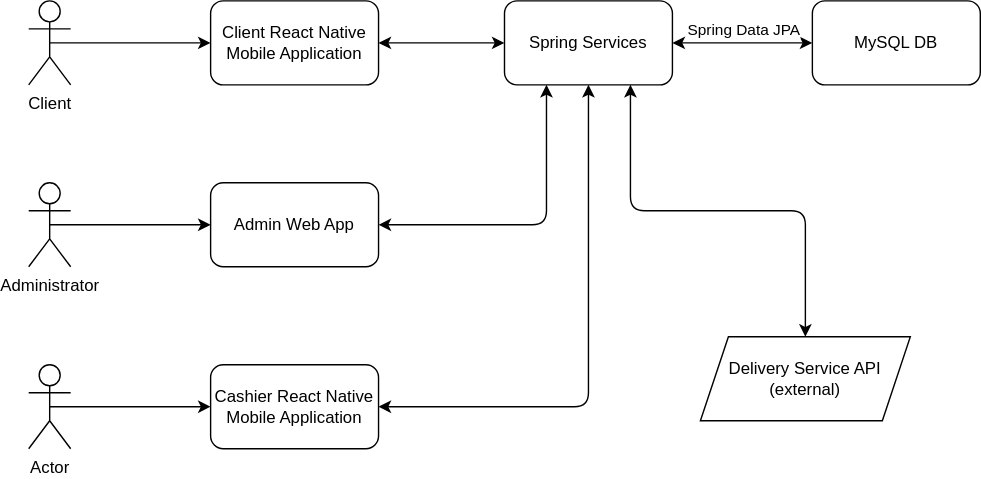
Before: doc/arhitectura-sistem.svg, a diagram exported from draw.io (macovei-alex/PizzeriaQRoman). Source tidied: cells renumbered, new cells last; positions are measured from the earlier drawing's top-left corner, leaving out a move shared by most shapes.
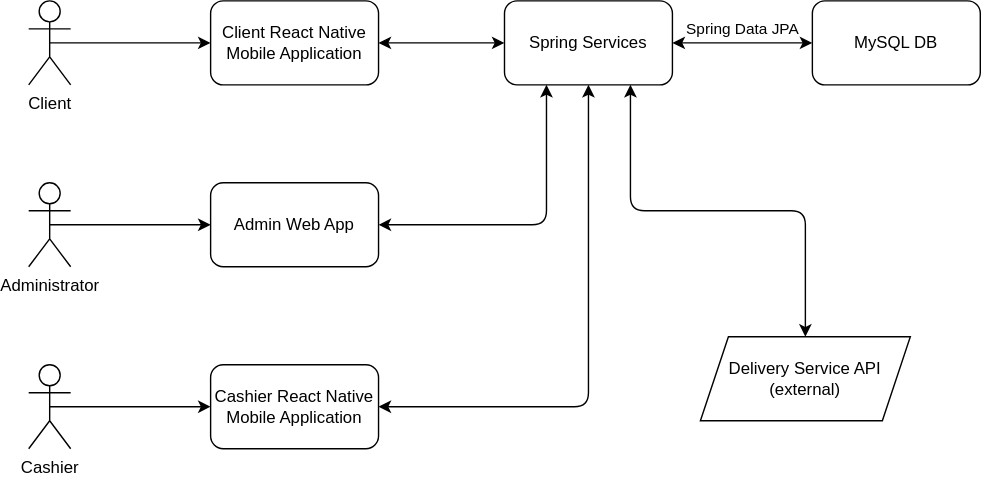
The same diagram one commit later.

What changed in the source:
```diff
@@ -56,7 +56,7 @@
     <mxCell id="17" style="edgeStyle=orthogonalEdgeStyle;jumpStyle=none;html=1;exitX=0.5;exitY=0.5;exitDx=0;exitDy=0;exitPerimeter=0;entryX=0;entryY=0.5;entryDx=0;entryDy=0;strokeColor=default;startArrow=none;startFill=0;endFill=1;" parent="1" edge="1" source="18" target="16">
       <mxGeometry relative="1" as="geometry" />
     </mxCell>
-    <mxCell id="18" value="Actor" style="shape=umlActor;verticalLabelPosition=bottom;verticalAlign=top;html=1;outlineConnect=0;" parent="1" vertex="1">
+    <mxCell id="18" value="Cashier" style="shape=umlActor;verticalLabelPosition=bottom;verticalAlign=top;html=1;outlineConnect=0;align=center;" parent="1" vertex="1">
       <mxGeometry y="260" width="30" height="60" as="geometry" />
     </mxCell>
     <mxCell id="19" style="edgeStyle=orthogonalEdgeStyle;jumpStyle=none;html=1;exitX=0.5;exitY=0;exitDx=0;exitDy=0;strokeColor=default;startArrow=classic;startFill=1;endFill=1;" parent="1" edge="1" source="20">
```
